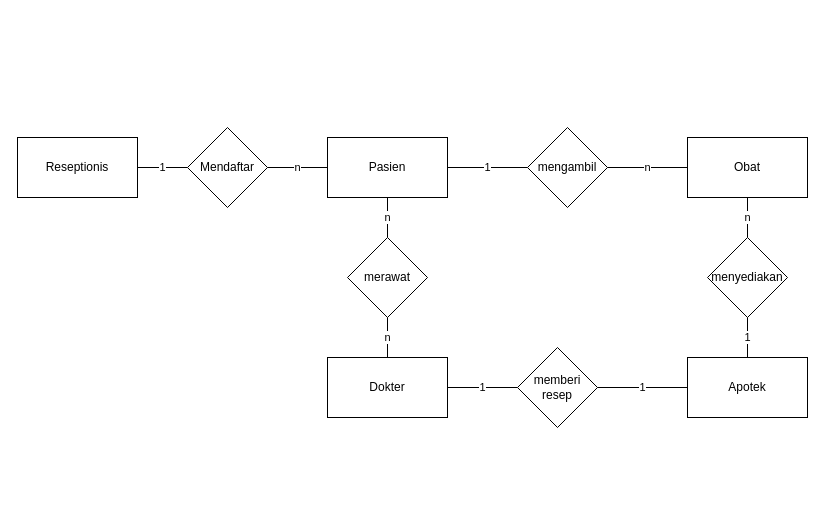
rickylukman/IF4103_E-BOOK keeps this draw.io diagram as ERD Praktek Pribadi.drawio. Above is the earlier version. Source tidied: cells renumbered, new cells numbered last; positions are measured from the earlier drawing's top-left corner, leaving out a move shared by most shapes. Both pictures are drawn from the tidied source at 100%, with x=0, y=0 at pixel (17, 127).
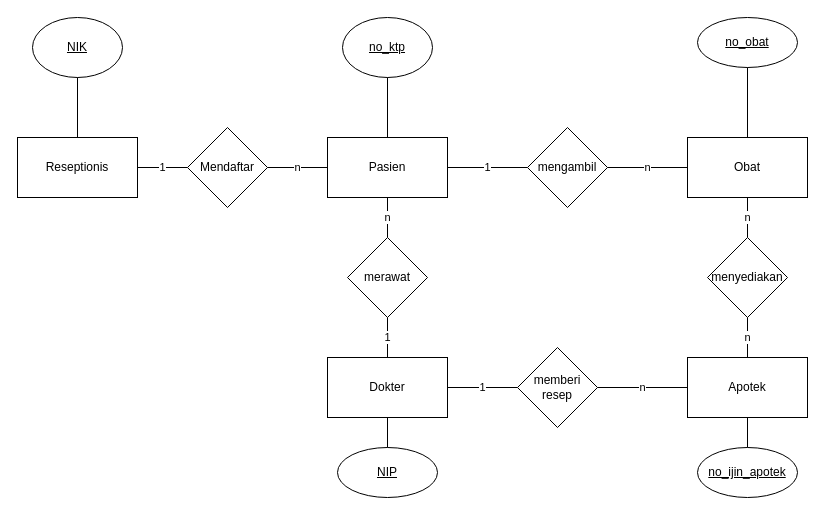
The same diagram, later.

Unchanged cells that the change refers to:
```xml
<mxCell id="2" value="Dokter" style="rounded=0;whiteSpace=wrap;html=1;" parent="1" vertex="1">
  <mxGeometry x="310" y="230" width="120" height="60" as="geometry" />
</mxCell>
<mxCell id="3" value="Pasien" style="rounded=0;whiteSpace=wrap;html=1;" parent="1" vertex="1">
  <mxGeometry x="310" y="10" width="120" height="60" as="geometry" />
</mxCell>
<mxCell id="4" value="merawat" style="rhombus;whiteSpace=wrap;html=1;" parent="1" vertex="1">
  <mxGeometry x="330" y="110" width="80" height="80" as="geometry" />
</mxCell>
<mxCell id="7" value="Apotek" style="rounded=0;whiteSpace=wrap;html=1;" parent="1" vertex="1">
  <mxGeometry x="670" y="230" width="120" height="60" as="geometry" />
</mxCell>
<mxCell id="9" value="memberi resep" style="rhombus;whiteSpace=wrap;html=1;" parent="1" vertex="1">
  <mxGeometry x="500" y="220" width="80" height="80" as="geometry" />
</mxCell>
<mxCell id="12" value="Obat" style="rounded=0;whiteSpace=wrap;html=1;" parent="1" vertex="1">
  <mxGeometry x="670" y="10" width="120" height="60" as="geometry" />
</mxCell>
<mxCell id="15" value="menyediakan" style="rhombus;whiteSpace=wrap;html=1;" parent="1" vertex="1">
  <mxGeometry x="690" y="110" width="80" height="80" as="geometry" />
</mxCell>
<mxCell id="18" value="Reseptionis" style="rounded=0;whiteSpace=wrap;html=1;" parent="1" vertex="1">
  <mxGeometry y="10" width="120" height="60" as="geometry" />
</mxCell>
```

The edit, as a diff of the source:
```diff
@@
-    <mxCell id="5" value="n" style="endArrow=none;html=1;exitX=0.5;exitY=0;exitDx=0;exitDy=0;entryX=0.5;entryY=1;entryDx=0;entryDy=0;" parent="1" edge="1" source="2" target="4">
+    <mxCell id="5" value="1" style="endArrow=none;html=1;exitX=0.5;exitY=0;exitDx=0;exitDy=0;entryX=0.5;entryY=1;entryDx=0;entryDy=0;" parent="1" edge="1" source="2" target="4">
       <mxGeometry relative="1" as="geometry" />
     </mxCell>
@@
-    <mxCell id="11" value="1" style="endArrow=none;html=1;exitX=1;exitY=0.5;exitDx=0;exitDy=0;" parent="1" edge="1" source="9" target="7">
+    <mxCell id="11" value="n" style="endArrow=none;html=1;exitX=1;exitY=0.5;exitDx=0;exitDy=0;" parent="1" edge="1" source="9" target="7">
       <mxGeometry relative="1" as="geometry" />
     </mxCell>
@@
-    <mxCell id="17" value="1" style="endArrow=none;html=1;" parent="1" edge="1" source="15">
+    <mxCell id="17" value="n" style="endArrow=none;html=1;" parent="1" edge="1" source="15">
       <mxGeometry relative="1" as="geometry">
         <mxPoint x="730" y="230" as="targetPoint" />
       </mxGeometry>
     </mxCell>
@@
+    <mxCell id="22" value="&lt;u&gt;no_ktp&lt;/u&gt;" style="ellipse;whiteSpace=wrap;html=1;" parent="1" vertex="1">
+      <mxGeometry x="325" y="-110" width="90" height="60" as="geometry" />
+    </mxCell>
+    <mxCell id="23" style="endArrow=none;html=1;entryX=0.5;entryY=1;entryDx=0;entryDy=0;exitX=0.5;exitY=0;exitDx=0;exitDy=0;" parent="1" edge="1" source="3" target="22">
+      <mxGeometry relative="1" as="geometry" />
+    </mxCell>
+    <mxCell id="24" value="&lt;u&gt;NIP&lt;/u&gt;" style="ellipse;whiteSpace=wrap;html=1;" parent="1" vertex="1">
+      <mxGeometry x="320" y="320" width="100" height="50" as="geometry" />
+    </mxCell>
+    <mxCell id="25" style="endArrow=none;html=1;exitX=0.5;exitY=0;exitDx=0;exitDy=0;entryX=0.5;entryY=1;entryDx=0;entryDy=0;" parent="1" edge="1" source="24" target="2">
+      <mxGeometry relative="1" as="geometry" />
+    </mxCell>
+    <mxCell id="26" value="&lt;u&gt;no_obat&lt;/u&gt;" style="ellipse;whiteSpace=wrap;html=1;" parent="1" vertex="1">
+      <mxGeometry x="680" y="-110" width="100" height="50" as="geometry" />
+    </mxCell>
+    <mxCell id="27" style="endArrow=none;html=1;exitX=0.5;exitY=0;exitDx=0;exitDy=0;entryX=0.5;entryY=1;entryDx=0;entryDy=0;" parent="1" edge="1" source="12" target="26">
+      <mxGeometry relative="1" as="geometry" />
+    </mxCell>
+    <mxCell id="28" value="&lt;u&gt;no_ijin_apotek&lt;/u&gt;" style="ellipse;whiteSpace=wrap;html=1;" parent="1" vertex="1">
+      <mxGeometry x="680" y="320" width="100" height="50" as="geometry" />
+    </mxCell>
+    <mxCell id="29" style="endArrow=none;html=1;exitX=0.5;exitY=0;exitDx=0;exitDy=0;entryX=0.5;entryY=1;entryDx=0;entryDy=0;" parent="1" edge="1" source="28" target="7">
+      <mxGeometry relative="1" as="geometry" />
+    </mxCell>
+    <mxCell id="30" value="&lt;u&gt;NIK&lt;/u&gt;" style="ellipse;whiteSpace=wrap;html=1;" parent="1" vertex="1">
+      <mxGeometry x="15" y="-110" width="90" height="60" as="geometry" />
+    </mxCell>
+    <mxCell id="31" style="endArrow=none;html=1;exitX=0.5;exitY=0;exitDx=0;exitDy=0;entryX=0.5;entryY=1;entryDx=0;entryDy=0;" parent="1" edge="1" source="18" target="30">
+      <mxGeometry relative="1" as="geometry" />
+    </mxCell>
```
